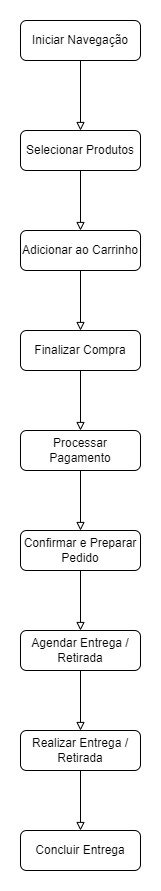
Earlier version of the draw.io export assets/images/quick-market-use-case-diagram.drawio.png (messiasGeovani/quick-market-docs). Source tidied: cells renumbered, new cells last; positions are measured from the earlier drawing's top-left corner, leaving out a move shared by most shapes. Source of this version:
```xml
<mxGraphModel>
  <root>
    <mxCell id="0" />
    <mxCell id="1" parent="0" />
    <mxCell id="2" style="edgeStyle=orthogonalEdgeStyle;rounded=0;jettySize=auto;html=1;exitX=0.5;exitY=1;exitDx=0;exitDy=0;entryX=0.5;entryY=0;entryDx=0;entryDy=0;endArrow=block;endFill=0;" parent="1" edge="1" source="3" target="5">
      <mxGeometry relative="1" as="geometry" />
    </mxCell>
    <mxCell id="3" value="Iniciar Navegação" style="rounded=1;whiteSpace=wrap;html=1;fontSize=12;glass=0;strokeWidth=1;shadow=0;" parent="1" vertex="1">
      <mxGeometry width="120" height="40" as="geometry" />
    </mxCell>
    <mxCell id="4" style="edgeStyle=orthogonalEdgeStyle;rounded=0;jettySize=auto;html=1;exitX=0.5;exitY=1;exitDx=0;exitDy=0;entryX=0.5;entryY=0;entryDx=0;entryDy=0;endArrow=block;endFill=0;" parent="1" edge="1" source="5" target="7">
      <mxGeometry relative="1" as="geometry" />
    </mxCell>
    <mxCell id="5" value="Selecionar Produtos" style="rounded=1;whiteSpace=wrap;html=1;fontSize=12;glass=0;strokeWidth=1;shadow=0;" parent="1" vertex="1">
      <mxGeometry y="110" width="120" height="40" as="geometry" />
    </mxCell>
    <mxCell id="6" style="edgeStyle=orthogonalEdgeStyle;rounded=0;jettySize=auto;html=1;exitX=0.5;exitY=1;exitDx=0;exitDy=0;entryX=0.5;entryY=0;entryDx=0;entryDy=0;endArrow=block;endFill=0;" parent="1" edge="1" source="7" target="9">
      <mxGeometry relative="1" as="geometry" />
    </mxCell>
    <mxCell id="7" value="Adicionar ao Carrinho" style="rounded=1;whiteSpace=wrap;html=1;fontSize=12;glass=0;strokeWidth=1;shadow=0;" parent="1" vertex="1">
      <mxGeometry y="210" width="120" height="40" as="geometry" />
    </mxCell>
    <mxCell id="8" style="edgeStyle=orthogonalEdgeStyle;rounded=0;jettySize=auto;html=1;exitX=0.5;exitY=1;exitDx=0;exitDy=0;entryX=0.5;entryY=0;entryDx=0;entryDy=0;endArrow=block;endFill=0;" parent="1" edge="1" source="9" target="11">
      <mxGeometry relative="1" as="geometry" />
    </mxCell>
    <mxCell id="9" value="Finalizar Compra" style="rounded=1;whiteSpace=wrap;html=1;fontSize=12;glass=0;strokeWidth=1;shadow=0;" parent="1" vertex="1">
      <mxGeometry y="310" width="120" height="40" as="geometry" />
    </mxCell>
    <mxCell id="10" style="edgeStyle=orthogonalEdgeStyle;rounded=0;jettySize=auto;html=1;exitX=0.5;exitY=1;exitDx=0;exitDy=0;entryX=0.5;entryY=0;entryDx=0;entryDy=0;endArrow=block;endFill=0;" parent="1" edge="1" source="11" target="13">
      <mxGeometry relative="1" as="geometry" />
    </mxCell>
    <mxCell id="11" value="Processar Pagamento" style="rounded=1;whiteSpace=wrap;html=1;fontSize=12;glass=0;strokeWidth=1;shadow=0;" parent="1" vertex="1">
      <mxGeometry y="410" width="120" height="40" as="geometry" />
    </mxCell>
    <mxCell id="12" style="edgeStyle=orthogonalEdgeStyle;rounded=0;jettySize=auto;html=1;exitX=0.5;exitY=1;exitDx=0;exitDy=0;entryX=0.5;entryY=0;entryDx=0;entryDy=0;endArrow=block;endFill=0;" parent="1" edge="1" source="13" target="15">
      <mxGeometry relative="1" as="geometry" />
    </mxCell>
    <mxCell id="13" value="Confirmar e Preparar Pedido" style="rounded=1;whiteSpace=wrap;html=1;fontSize=12;glass=0;strokeWidth=1;shadow=0;" parent="1" vertex="1">
      <mxGeometry y="510" width="120" height="40" as="geometry" />
    </mxCell>
    <mxCell id="14" style="edgeStyle=orthogonalEdgeStyle;rounded=0;jettySize=auto;html=1;exitX=0.5;exitY=1;exitDx=0;exitDy=0;entryX=0.5;entryY=0;entryDx=0;entryDy=0;endArrow=block;endFill=0;" parent="1" edge="1" source="15" target="17">
      <mxGeometry relative="1" as="geometry" />
    </mxCell>
    <mxCell id="15" value="Agendar Entrega / Retirada" style="rounded=1;whiteSpace=wrap;html=1;fontSize=12;glass=0;strokeWidth=1;shadow=0;" parent="1" vertex="1">
      <mxGeometry y="610" width="120" height="40" as="geometry" />
    </mxCell>
    <mxCell id="16" style="edgeStyle=orthogonalEdgeStyle;rounded=0;jettySize=auto;html=1;exitX=0.5;exitY=1;exitDx=0;exitDy=0;entryX=0.5;entryY=0;entryDx=0;entryDy=0;endArrow=block;endFill=0;" parent="1" edge="1" source="17" target="18">
      <mxGeometry relative="1" as="geometry" />
    </mxCell>
    <mxCell id="17" value="Realizar Entrega / Retirada" style="rounded=1;whiteSpace=wrap;html=1;fontSize=12;glass=0;strokeWidth=1;shadow=0;" parent="1" vertex="1">
      <mxGeometry y="710" width="120" height="40" as="geometry" />
    </mxCell>
    <mxCell id="18" value="Concluir Entrega" style="rounded=1;whiteSpace=wrap;html=1;fontSize=12;glass=0;strokeWidth=1;shadow=0;" parent="1" vertex="1">
      <mxGeometry y="810" width="120" height="40" as="geometry" />
    </mxCell>
  </root>
</mxGraphModel>
```
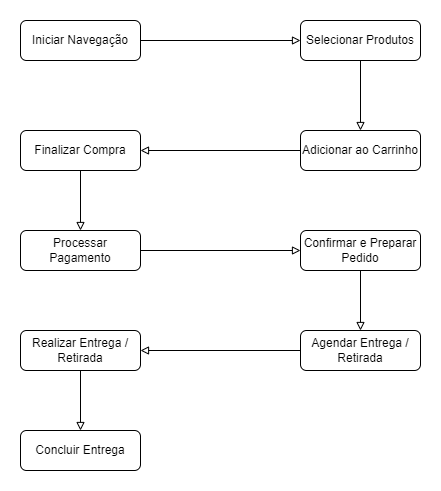
Above is the later version.

Change to the diagram source:
```diff
@@ -2,7 +2,7 @@
   <root>
     <mxCell id="0" />
     <mxCell id="1" parent="0" />
-    <mxCell id="2" style="edgeStyle=orthogonalEdgeStyle;rounded=0;jettySize=auto;html=1;exitX=0.5;exitY=1;exitDx=0;exitDy=0;entryX=0.5;entryY=0;entryDx=0;entryDy=0;endArrow=block;endFill=0;" parent="1" edge="1" source="3" target="5">
+    <mxCell id="2" style="edgeStyle=orthogonalEdgeStyle;rounded=0;jettySize=auto;html=1;exitX=1;exitY=0.5;exitDx=0;exitDy=0;entryX=0;entryY=0.5;entryDx=0;entryDy=0;endArrow=block;endFill=0;" parent="1" edge="1" source="3" target="5">
       <mxGeometry relative="1" as="geometry" />
     </mxCell>
     <mxCell id="3" value="Iniciar Navegação" style="rounded=1;whiteSpace=wrap;html=1;fontSize=12;glass=0;strokeWidth=1;shadow=0;" parent="1" vertex="1">
@@ -12,46 +12,46 @@
       <mxGeometry relative="1" as="geometry" />
     </mxCell>
     <mxCell id="5" value="Selecionar Produtos" style="rounded=1;whiteSpace=wrap;html=1;fontSize=12;glass=0;strokeWidth=1;shadow=0;" parent="1" vertex="1">
-      <mxGeometry y="110" width="120" height="40" as="geometry" />
+      <mxGeometry x="280" width="120" height="40" as="geometry" />
     </mxCell>
-    <mxCell id="6" style="edgeStyle=orthogonalEdgeStyle;rounded=0;jettySize=auto;html=1;exitX=0.5;exitY=1;exitDx=0;exitDy=0;entryX=0.5;entryY=0;entryDx=0;entryDy=0;endArrow=block;endFill=0;" parent="1" edge="1" source="7" target="9">
+    <mxCell id="6" style="edgeStyle=orthogonalEdgeStyle;rounded=0;jettySize=auto;html=1;exitX=0;exitY=0.5;exitDx=0;exitDy=0;entryX=1;entryY=0.5;entryDx=0;entryDy=0;endArrow=block;endFill=0;" parent="1" edge="1" source="7" target="9">
       <mxGeometry relative="1" as="geometry" />
     </mxCell>
     <mxCell id="7" value="Adicionar ao Carrinho" style="rounded=1;whiteSpace=wrap;html=1;fontSize=12;glass=0;strokeWidth=1;shadow=0;" parent="1" vertex="1">
-      <mxGeometry y="210" width="120" height="40" as="geometry" />
+      <mxGeometry x="280" y="110" width="120" height="40" as="geometry" />
     </mxCell>
     <mxCell id="8" style="edgeStyle=orthogonalEdgeStyle;rounded=0;jettySize=auto;html=1;exitX=0.5;exitY=1;exitDx=0;exitDy=0;entryX=0.5;entryY=0;entryDx=0;entryDy=0;endArrow=block;endFill=0;" parent="1" edge="1" source="9" target="11">
       <mxGeometry relative="1" as="geometry" />
     </mxCell>
     <mxCell id="9" value="Finalizar Compra" style="rounded=1;whiteSpace=wrap;html=1;fontSize=12;glass=0;strokeWidth=1;shadow=0;" parent="1" vertex="1">
-      <mxGeometry y="310" width="120" height="40" as="geometry" />
+      <mxGeometry y="110" width="120" height="40" as="geometry" />
     </mxCell>
-    <mxCell id="10" style="edgeStyle=orthogonalEdgeStyle;rounded=0;jettySize=auto;html=1;exitX=0.5;exitY=1;exitDx=0;exitDy=0;entryX=0.5;entryY=0;entryDx=0;entryDy=0;endArrow=block;endFill=0;" parent="1" edge="1" source="11" target="13">
+    <mxCell id="10" style="edgeStyle=orthogonalEdgeStyle;rounded=0;jettySize=auto;html=1;exitX=1;exitY=0.5;exitDx=0;exitDy=0;endArrow=block;endFill=0;" parent="1" edge="1" source="11" target="13">
       <mxGeometry relative="1" as="geometry" />
     </mxCell>
     <mxCell id="11" value="Processar Pagamento" style="rounded=1;whiteSpace=wrap;html=1;fontSize=12;glass=0;strokeWidth=1;shadow=0;" parent="1" vertex="1">
-      <mxGeometry y="410" width="120" height="40" as="geometry" />
+      <mxGeometry y="210" width="120" height="40" as="geometry" />
     </mxCell>
     <mxCell id="12" style="edgeStyle=orthogonalEdgeStyle;rounded=0;jettySize=auto;html=1;exitX=0.5;exitY=1;exitDx=0;exitDy=0;entryX=0.5;entryY=0;entryDx=0;entryDy=0;endArrow=block;endFill=0;" parent="1" edge="1" source="13" target="15">
       <mxGeometry relative="1" as="geometry" />
     </mxCell>
     <mxCell id="13" value="Confirmar e Preparar Pedido" style="rounded=1;whiteSpace=wrap;html=1;fontSize=12;glass=0;strokeWidth=1;shadow=0;" parent="1" vertex="1">
-      <mxGeometry y="510" width="120" height="40" as="geometry" />
+      <mxGeometry x="280" y="210" width="120" height="40" as="geometry" />
     </mxCell>
-    <mxCell id="14" style="edgeStyle=orthogonalEdgeStyle;rounded=0;jettySize=auto;html=1;exitX=0.5;exitY=1;exitDx=0;exitDy=0;entryX=0.5;entryY=0;entryDx=0;entryDy=0;endArrow=block;endFill=0;" parent="1" edge="1" source="15" target="17">
+    <mxCell id="14" style="edgeStyle=orthogonalEdgeStyle;rounded=0;jettySize=auto;html=1;exitX=0;exitY=0.5;exitDx=0;exitDy=0;entryX=1;entryY=0.5;entryDx=0;entryDy=0;endArrow=block;endFill=0;" parent="1" edge="1" source="15" target="17">
       <mxGeometry relative="1" as="geometry" />
     </mxCell>
     <mxCell id="15" value="Agendar Entrega / Retirada" style="rounded=1;whiteSpace=wrap;html=1;fontSize=12;glass=0;strokeWidth=1;shadow=0;" parent="1" vertex="1">
-      <mxGeometry y="610" width="120" height="40" as="geometry" />
+      <mxGeometry x="280" y="310" width="120" height="40" as="geometry" />
     </mxCell>
     <mxCell id="16" style="edgeStyle=orthogonalEdgeStyle;rounded=0;jettySize=auto;html=1;exitX=0.5;exitY=1;exitDx=0;exitDy=0;entryX=0.5;entryY=0;entryDx=0;entryDy=0;endArrow=block;endFill=0;" parent="1" edge="1" source="17" target="18">
       <mxGeometry relative="1" as="geometry" />
     </mxCell>
     <mxCell id="17" value="Realizar Entrega / Retirada" style="rounded=1;whiteSpace=wrap;html=1;fontSize=12;glass=0;strokeWidth=1;shadow=0;" parent="1" vertex="1">
-      <mxGeometry y="710" width="120" height="40" as="geometry" />
+      <mxGeometry y="310" width="120" height="40" as="geometry" />
     </mxCell>
     <mxCell id="18" value="Concluir Entrega" style="rounded=1;whiteSpace=wrap;html=1;fontSize=12;glass=0;strokeWidth=1;shadow=0;" parent="1" vertex="1">
-      <mxGeometry y="810" width="120" height="40" as="geometry" />
+      <mxGeometry y="410" width="120" height="40" as="geometry" />
     </mxCell>
   </root>
 </mxGraphModel>
```
